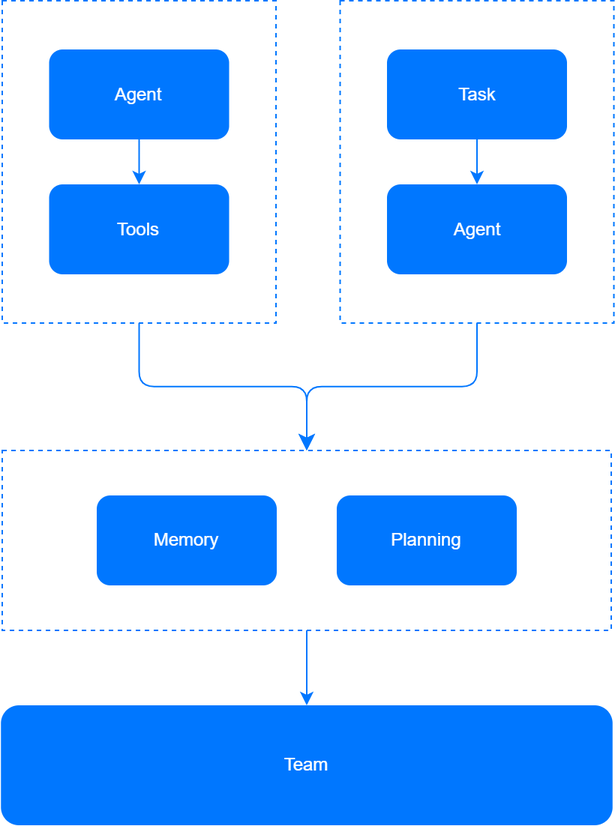
Earlier version of the draw.io export arch.png (ai-flowx/flowx). Source tidied: cells renumbered, new cells last; positions are measured from the earlier drawing's top-left corner, leaving out a move shared by most shapes.
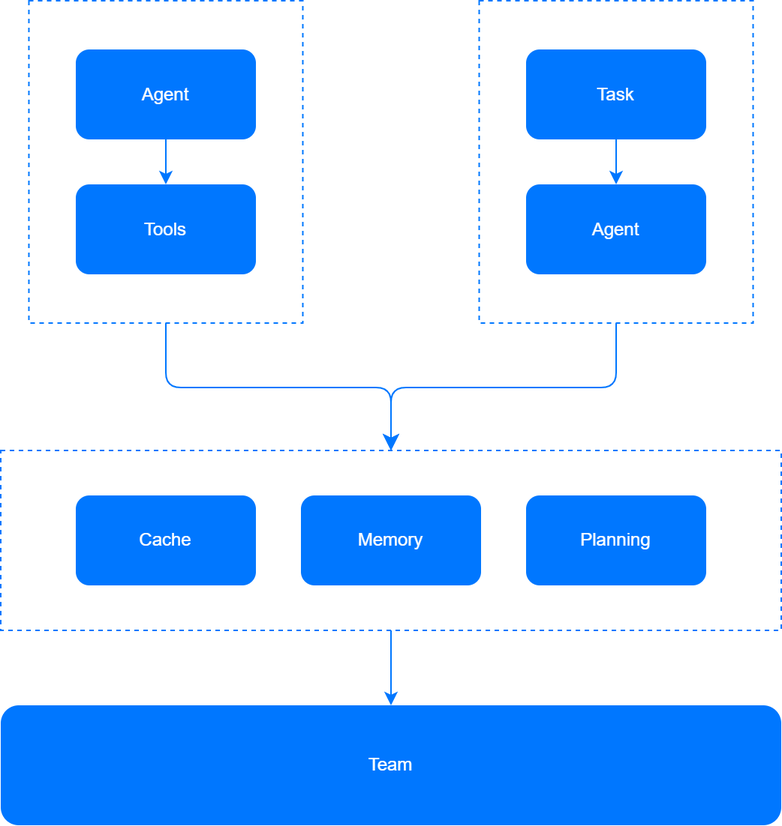
The same file after the commit.

The edit, as a diff of the source:
```diff
@@ -3,16 +3,16 @@
     <mxCell id="0" />
     <mxCell id="1" parent="0" />
     <mxCell id="2" style="rounded=0;whiteSpace=wrap;html=1;strokeColor=#0077FF;fillColor=none;dashed=1;" parent="1" vertex="1">
-      <mxGeometry x="1" width="182.5" height="215" as="geometry" />
+      <mxGeometry x="-100.2" width="182.5" height="215" as="geometry" />
     </mxCell>
     <mxCell id="3" value="&lt;font color=&quot;#ffffff&quot;&gt;Tools&lt;/font&gt;" style="rounded=1;whiteSpace=wrap;html=1;fillColor=#0077FF;strokeColor=none;" parent="1" vertex="1">
-      <mxGeometry x="32.2" y="122.5" width="120" height="60" as="geometry" />
+      <mxGeometry x="-69" y="122.5" width="120" height="60" as="geometry" />
     </mxCell>
     <mxCell id="4" value="&lt;font color=&quot;#ffffff&quot;&gt;Agent&lt;/font&gt;" style="rounded=1;whiteSpace=wrap;html=1;fillColor=#0077FF;strokeColor=none;" parent="1" vertex="1">
-      <mxGeometry x="32.2" y="32.5" width="120" height="60" as="geometry" />
+      <mxGeometry x="-69" y="32.5" width="120" height="60" as="geometry" />
     </mxCell>
     <mxCell id="5" value="&lt;font color=&quot;#ffffff&quot;&gt;Team&lt;/font&gt;" style="rounded=1;whiteSpace=wrap;html=1;fillColor=#0077FF;strokeColor=none;" parent="1" vertex="1">
-      <mxGeometry x="0.1" y="470" width="407.8" height="80" as="geometry" />
+      <mxGeometry x="-119" y="470" width="520" height="80" as="geometry" />
     </mxCell>
     <mxCell id="6" style="edgeStyle=elbowEdgeStyle;elbow=vertical;endArrow=classic;html=1;rounded=1;endSize=8;startSize=8;exitX=0.5;exitY=1;exitDx=0;exitDy=0;entryX=0.5;entryY=0;entryDx=0;entryDy=0;strokeColor=#0077FF;" parent="1" edge="1" source="9" target="13">
       <mxGeometry relative="1" as="geometry" />
@@ -24,28 +24,31 @@
       <mxGeometry relative="1" as="geometry" />
     </mxCell>
     <mxCell id="9" style="rounded=0;whiteSpace=wrap;html=1;strokeColor=#0077FF;fillColor=none;dashed=1;" parent="1" vertex="1">
-      <mxGeometry x="226.2" width="182.5" height="215" as="geometry" />
+      <mxGeometry x="199.8" width="182.5" height="215" as="geometry" />
     </mxCell>
     <mxCell id="10" value="&lt;font color=&quot;#ffffff&quot;&gt;Agent&lt;/font&gt;" style="rounded=1;whiteSpace=wrap;html=1;fillColor=#0077FF;strokeColor=none;" parent="1" vertex="1">
-      <mxGeometry x="257.5" y="122.5" width="120" height="60" as="geometry" />
+      <mxGeometry x="231" y="122.5" width="120" height="60" as="geometry" />
     </mxCell>
     <mxCell id="11" value="&lt;font color=&quot;#ffffff&quot;&gt;Task&lt;/font&gt;" style="rounded=1;whiteSpace=wrap;html=1;fillColor=#0077FF;strokeColor=none;" parent="1" vertex="1">
-      <mxGeometry x="257.5" y="32.5" width="120" height="60" as="geometry" />
+      <mxGeometry x="231" y="32.5" width="120" height="60" as="geometry" />
     </mxCell>
     <mxCell id="12" style="endArrow=classic;html=1;rounded=1;strokeColor=#0077FF;exitX=0.5;exitY=1;exitDx=0;exitDy=0;entryX=0.5;entryY=0;entryDx=0;entryDy=0;" parent="1" edge="1" source="11" target="10">
       <mxGeometry relative="1" as="geometry" />
     </mxCell>
     <mxCell id="13" style="rounded=0;whiteSpace=wrap;html=1;strokeColor=#0077FF;fillColor=none;dashed=1;" parent="1" vertex="1">
-      <mxGeometry x="1" y="300" width="406" height="120" as="geometry" />
+      <mxGeometry x="-119" y="300" width="520" height="120" as="geometry" />
     </mxCell>
     <mxCell id="14" value="&lt;font color=&quot;#ffffff&quot;&gt;Planning&lt;/font&gt;" style="rounded=1;whiteSpace=wrap;html=1;fillColor=#0077FF;strokeColor=none;" parent="1" vertex="1">
-      <mxGeometry x="224" y="330" width="120" height="60" as="geometry" />
+      <mxGeometry x="231" y="330" width="120" height="60" as="geometry" />
     </mxCell>
     <mxCell id="15" value="&lt;font color=&quot;#ffffff&quot;&gt;Memory&lt;/font&gt;" style="rounded=1;whiteSpace=wrap;html=1;fillColor=#0077FF;strokeColor=none;" parent="1" vertex="1">
-      <mxGeometry x="64" y="330" width="120" height="60" as="geometry" />
+      <mxGeometry x="81" y="330" width="120" height="60" as="geometry" />
     </mxCell>
     <mxCell id="16" style="endArrow=classic;html=1;rounded=1;strokeColor=#0077FF;exitX=0.5;exitY=1;exitDx=0;exitDy=0;entryX=0.5;entryY=0;entryDx=0;entryDy=0;" parent="1" edge="1" source="13" target="5">
       <mxGeometry relative="1" as="geometry" />
     </mxCell>
+    <mxCell id="17" value="&lt;font color=&quot;#ffffff&quot;&gt;Cache&lt;/font&gt;" style="rounded=1;whiteSpace=wrap;html=1;fillColor=#0077FF;strokeColor=none;" parent="1" vertex="1">
+      <mxGeometry x="-69" y="330" width="120" height="60" as="geometry" />
+    </mxCell>
   </root>
 </mxGraphModel>
```
